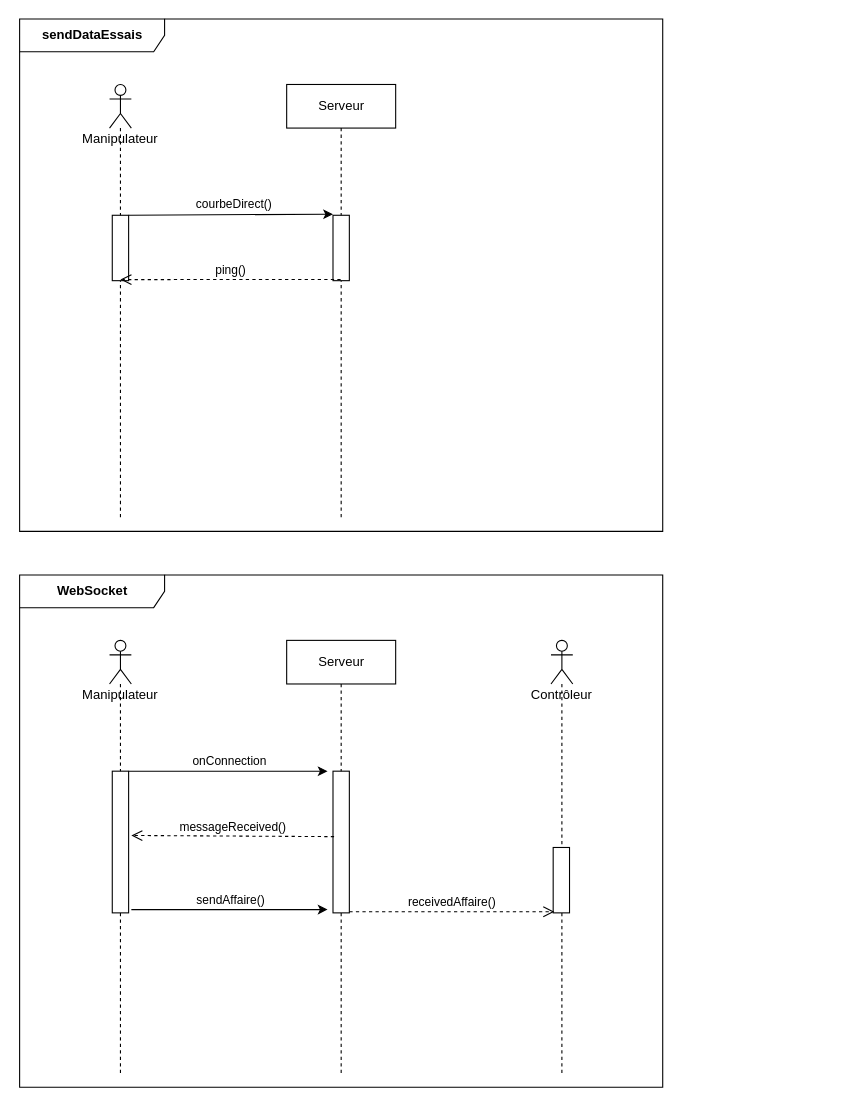
Above: page "F2-Supervision Statique de l'installation" (1 of 4) of Analyse/Thomas/diagrammeDeSequenceThomas.drawio in MRCThomas/testDeVerinSurBancHydraulique (draw.io), before the change. Source tidied: cells renumbered, new cells numbered last; positions are measured from the earlier drawing's top-left corner, leaving out a move shared by most shapes. Both pictures are drawn from the tidied source at 109%, with x=0, y=0 at pixel (20, 19).
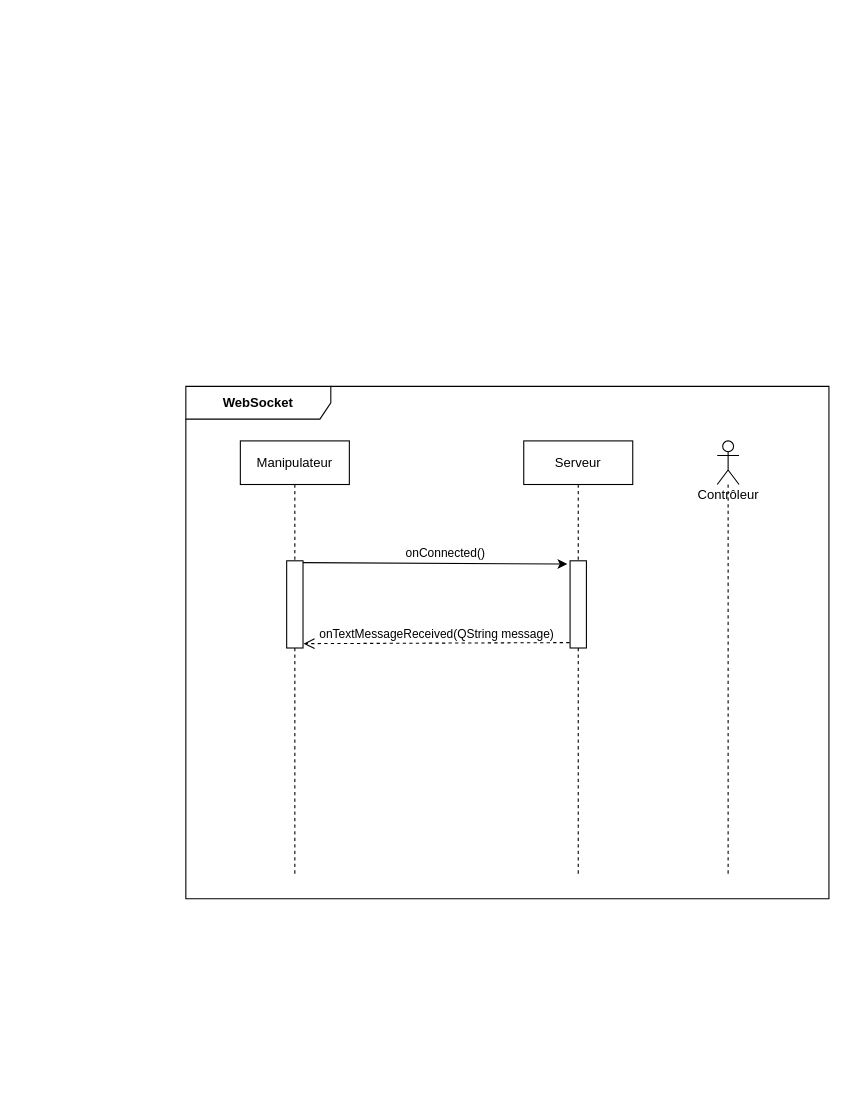
Above is the later version.

Commit message (it also covers changes not shown here):
commit diagramme perso thomas

Change to the diagram source:
```diff
@@
-    <mxCell id="2" value="sendDataEssais" style="shape=umlFrame;whiteSpace=wrap;html=1;fontStyle=1;width=133;height=30;" parent="1" vertex="1">
-      <mxGeometry x="-0.5" width="590" height="470" as="geometry" />
-    </mxCell>
-    <mxCell id="3" value="Serveur" style="shape=umlLifeline;perimeter=lifelinePerimeter;whiteSpace=wrap;html=1;" parent="1" vertex="1">
-      <mxGeometry x="244.5" y="60" width="100" height="400" as="geometry" />
-    </mxCell>
-    <mxCell id="4" style="html=1;points=[];perimeter=orthogonalPerimeter;" parent="3" vertex="1">
-      <mxGeometry x="42.5" y="120" width="15" height="60" as="geometry" />
-    </mxCell>
-    <mxCell id="5" style="edgeStyle=none;html=1;entryX=0;entryY=-0.017;entryDx=0;entryDy=0;entryPerimeter=0;" parent="1" edge="1" source="9" target="4">
-      <mxGeometry relative="1" as="geometry" />
-    </mxCell>
-    <mxCell id="6" value="courbeDirect()" style="edgeLabel;html=1;align=center;verticalAlign=middle;" parent="5" vertex="1">
-      <mxGeometry x="0.27" relative="1" as="geometry">
-        <mxPoint x="-23" y="-10" as="offset" />
-      </mxGeometry>
-    </mxCell>
-    <mxCell id="7" style="group;" parent="1" vertex="1">
-      <mxGeometry x="82" y="60" width="20" height="400" as="geometry" />
-    </mxCell>
-    <mxCell id="8" value="Manipulateur&lt;br&gt;" style="shape=umlLifeline;participant=umlActor;perimeter=lifelinePerimeter;whiteSpace=wrap;html=1;verticalAlign=top;spacingTop=36;size=40;" parent="7" vertex="1">
-      <mxGeometry width="20" height="400" as="geometry" />
-    </mxCell>
-    <mxCell id="9" style="html=1;points=[];perimeter=orthogonalPerimeter;" parent="7" vertex="1">
-      <mxGeometry x="2.5" y="120" width="15" height="60" as="geometry" />
-    </mxCell>
-    <mxCell id="10" value="ping()" style="html=1;verticalAlign=bottom;endArrow=open;dashed=1;endSize=8;exitX=0.467;exitY=0.983;exitDx=0;exitDy=0;exitPerimeter=0;" parent="1" edge="1" source="4">
-      <mxGeometry relative="1" as="geometry">
-        <mxPoint x="92" y="239" as="targetPoint" />
-      </mxGeometry>
-    </mxCell>
     <mxCell id="11" value="WebSocket" style="shape=umlFrame;whiteSpace=wrap;html=1;fontStyle=1;width=133;height=30;" parent="1" vertex="1">
-      <mxGeometry x="-0.5" y="510" width="590" height="470" as="geometry" />
+      <mxGeometry x="152" y="337" width="590" height="470" as="geometry" />
     </mxCell>
     <mxCell id="12" value="Serveur" style="shape=umlLifeline;perimeter=lifelinePerimeter;whiteSpace=wrap;html=1;" parent="1" vertex="1">
-      <mxGeometry x="244.5" y="570" width="100" height="400" as="geometry" />
+      <mxGeometry x="462" y="387" width="100" height="400" as="geometry" />
     </mxCell>
     <mxCell id="13" style="html=1;points=[];perimeter=orthogonalPerimeter;" parent="12" vertex="1">
-      <mxGeometry x="42.5" y="120" width="15" height="130" as="geometry" />
+      <mxGeometry x="42.5" y="110" width="15" height="80" as="geometry" />
     </mxCell>
-    <mxCell id="14" style="edgeStyle=none;html=1;" parent="1" edge="1" source="20">
+    <mxCell id="14" style="edgeStyle=none;html=1;exitX=0.967;exitY=0.021;exitDx=0;exitDy=0;exitPerimeter=0;" parent="1" edge="1" source="26">
       <mxGeometry relative="1" as="geometry">
-        <mxPoint x="282" y="690" as="targetPoint" />
+        <mxPoint x="502" y="500" as="targetPoint" />
       </mxGeometry>
     </mxCell>
-    <mxCell id="15" value="onConnection" style="edgeLabel;html=1;align=center;verticalAlign=middle;" parent="14" vertex="1">
+    <mxCell id="15" value="onConnected()" style="edgeLabel;html=1;align=center;verticalAlign=middle;" parent="14" vertex="1">
       <mxGeometry x="0.27" relative="1" as="geometry">
         <mxPoint x="-24" y="-10" as="offset" />
       </mxGeometry>
     </mxCell>
     <mxCell id="16" value="Contrôleur" style="shape=umlLifeline;participant=umlActor;perimeter=lifelinePerimeter;whiteSpace=wrap;html=1;verticalAlign=top;spacingTop=36;" parent="1" vertex="1">
-      <mxGeometry x="487" y="570" width="20" height="400" as="geometry" />
+      <mxGeometry x="639.5" y="387" width="20" height="400" as="geometry" />
     </mxCell>
-    <mxCell id="17" style="html=1;points=[];perimeter=orthogonalPerimeter;" parent="16" vertex="1">
-      <mxGeometry x="2" y="190" width="15" height="60" as="geometry" />
-    </mxCell>
-    <mxCell id="18" style="group;" parent="1" vertex="1">
-      <mxGeometry x="82" y="570" width="20" height="400" as="geometry" />
-    </mxCell>
-    <mxCell id="19" value="Manipulateur&lt;br&gt;" style="shape=umlLifeline;participant=umlActor;perimeter=lifelinePerimeter;whiteSpace=wrap;html=1;verticalAlign=top;spacingTop=36;size=40;" parent="18" vertex="1">
-      <mxGeometry width="20" height="400" as="geometry" />
-    </mxCell>
-    <mxCell id="20" style="html=1;points=[];perimeter=orthogonalPerimeter;" parent="18" vertex="1">
-      <mxGeometry x="2.5" y="120" width="15" height="130" as="geometry" />
-    </mxCell>
-    <mxCell id="21" value="messageReceived()" style="html=1;verticalAlign=bottom;endArrow=open;dashed=1;endSize=8;exitX=0.067;exitY=0.462;exitDx=0;exitDy=0;exitPerimeter=0;" parent="1" edge="1" source="13">
-      <mxGeometry relative="1" as="geometry">
-        <mxPoint x="102" y="749" as="targetPoint" />
-      </mxGeometry>
+    <mxCell id="21" value="onTextMessageReceived(QString message)" style="html=1;verticalAlign=bottom;endArrow=open;dashed=1;endSize=8;exitX=-0.033;exitY=0.938;exitDx=0;exitDy=0;exitPerimeter=0;entryX=1.033;entryY=0.95;entryDx=0;entryDy=0;entryPerimeter=0;" parent="1" edge="1" source="13" target="26">
+      <mxGeometry relative="1" as="geometry" />
     </mxCell>
-    <mxCell id="22" style="edgeStyle=none;html=1;" parent="1" edge="1">
-      <mxGeometry relative="1" as="geometry">
-        <mxPoint x="102" y="817" as="sourcePoint" />
-        <mxPoint x="282" y="817" as="targetPoint" />
-      </mxGeometry>
-    </mxCell>
-    <mxCell id="23" value="sendAffaire()" style="edgeLabel;html=1;align=center;verticalAlign=middle;" parent="22" vertex="1">
-      <mxGeometry x="0.27" relative="1" as="geometry">
-        <mxPoint x="-24" y="-10" as="offset" />
-      </mxGeometry>
-    </mxCell>
-    <mxCell id="24" value="receivedAffaire()" style="html=1;verticalAlign=bottom;endArrow=open;dashed=1;endSize=8;entryX=0.067;entryY=0.983;entryDx=0;entryDy=0;entryPerimeter=0;" parent="1" edge="1" source="13" target="17">
-      <mxGeometry relative="1" as="geometry" />
-    </mxCell>
+    <mxCell id="25" value="Manipulateur" style="shape=umlLifeline;perimeter=lifelinePerimeter;whiteSpace=wrap;html=1;" parent="1" vertex="1">
+      <mxGeometry x="202" y="387" width="100" height="400" as="geometry" />
+    </mxCell>
+    <mxCell id="26" style="html=1;points=[];perimeter=orthogonalPerimeter;" parent="25" vertex="1">
+      <mxGeometry x="42.5" y="110" width="15" height="80" as="geometry" />
+    </mxCell>
```
